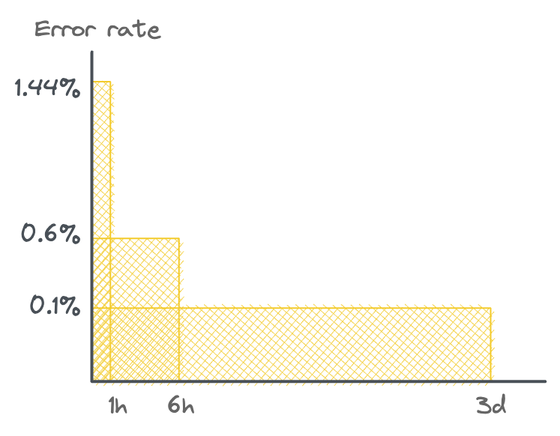
ThomWright/ThomWright.github.io keeps this Excalidraw diagram as public/assets/alerting/multi-alert.png. Above is the earlier version. Source tidied: one line per element, renumbered; positions are measured from the earlier drawing's top-left corner, leaving out a move shared by most shapes. The source it was exported from:
```json
{"id": 0, "type": "rectangle", "strokeColor": "#f3cb2b", "backgroundColor": "#f5d451", "fillStyle": "cross-hatch", "strokeWidth": 1, "roughness": 0, "x": 51, "y": 45, "width": 12, "height": 200}
{"id": 1, "type": "rectangle", "strokeColor": "#f3cb2b", "backgroundColor": "#f5d451", "fillStyle": "cross-hatch", "strokeWidth": 1, "roughness": 0, "x": 51, "y": 149, "width": 58, "height": 95}
{"id": 2, "type": "rectangle", "strokeColor": "#f3cb2b", "backgroundColor": "#f5d451", "fillStyle": "cross-hatch", "strokeWidth": 1, "roughness": 0, "x": 51, "y": 196, "width": 266, "height": 49}
{"id": 3, "type": "line", "strokeColor": "#495057", "backgroundColor": "white", "fillStyle": "solid", "strokeWidth": 2, "roughness": 0, "x": 51, "y": 25, "width": 0, "height": 220, "points": [[0, 0], [0, 220]]}
{"id": 4, "type": "line", "strokeColor": "#495057", "backgroundColor": "white", "fillStyle": "solid", "strokeWidth": 2, "roughness": 0, "x": 51, "y": 245, "width": 302, "height": 0, "points": [[0, 0], [302, 0]]}
{"id": 5, "type": "text", "text": "1h", "strokeColor": "#666", "backgroundColor": "#f0816a", "fillStyle": "cross-hatch", "strokeWidth": 1, "roughness": 0, "fontSize": 16, "fontFamily": 1, "x": 62, "y": 251, "width": 12, "height": 20}
{"id": 6, "type": "text", "text": "6h", "strokeColor": "#666", "backgroundColor": "#f0816a", "fillStyle": "cross-hatch", "strokeWidth": 1, "roughness": 0, "fontSize": 16, "fontFamily": 1, "x": 101, "y": 251, "width": 18, "height": 20}
{"id": 7, "type": "text", "text": "3d", "strokeColor": "#666", "backgroundColor": "#f0816a", "fillStyle": "cross-hatch", "strokeWidth": 1, "roughness": 0, "fontSize": 16, "fontFamily": 1, "x": 308, "y": 251, "width": 20, "height": 20}
{"id": 8, "type": "text", "text": "0.1%", "strokeColor": "#495057", "backgroundColor": "white", "fillStyle": "solid", "strokeWidth": 2, "roughness": 0, "fontSize": 16, "fontFamily": 1, "x": 9, "y": 185, "width": 35, "height": 20}
{"id": 9, "type": "text", "text": "0.6%", "strokeColor": "#495057", "backgroundColor": "white", "fillStyle": "solid", "strokeWidth": 2, "roughness": 0, "fontSize": 16, "fontFamily": 1, "x": 4, "y": 137, "width": 41, "height": 20}
{"id": 10, "type": "text", "text": "1.44%", "strokeColor": "#495057", "backgroundColor": "white", "fillStyle": "solid", "strokeWidth": 2, "roughness": 0, "fontSize": 16, "fontFamily": 1, "x": 0, "y": 40, "width": 44, "height": 20}
{"id": 11, "type": "text", "text": "Error rate", "strokeColor": "#666", "strokeWidth": 1, "strokeStyle": "dotted", "roughness": 0, "fontSize": 16, "fontFamily": 1, "x": 13, "y": 0, "width": 86, "height": 20}
```
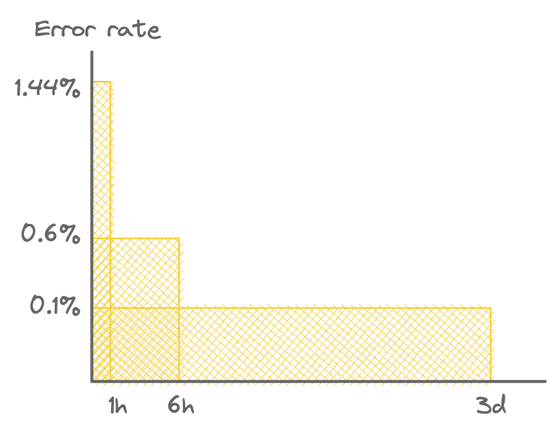
The same file after the commit.

What changed in the source:
```diff
@@ -1,12 +1,12 @@
 {"id": 0, "type": "rectangle", "strokeColor": "#f3cb2b", "backgroundColor": "#f5d451", "fillStyle": "cross-hatch", "strokeWidth": 1, "roughness": 0, "x": 51, "y": 45, "width": 12, "height": 200}
 {"id": 1, "type": "rectangle", "strokeColor": "#f3cb2b", "backgroundColor": "#f5d451", "fillStyle": "cross-hatch", "strokeWidth": 1, "roughness": 0, "x": 51, "y": 149, "width": 58, "height": 95}
 {"id": 2, "type": "rectangle", "strokeColor": "#f3cb2b", "backgroundColor": "#f5d451", "fillStyle": "cross-hatch", "strokeWidth": 1, "roughness": 0, "x": 51, "y": 196, "width": 266, "height": 49}
-{"id": 3, "type": "line", "strokeColor": "#495057", "backgroundColor": "white", "fillStyle": "solid", "strokeWidth": 2, "roughness": 0, "x": 51, "y": 25, "width": 0, "height": 220, "points": [[0, 0], [0, 220]]}
+{"id": 3, "type": "line", "strokeColor": "#666", "backgroundColor": "white", "fillStyle": "solid", "strokeWidth": 2, "roughness": 0, "x": 51, "y": 25, "width": 0, "height": 220, "points": [[0, 0], [0, 220]]}
-{"id": 4, "type": "line", "strokeColor": "#495057", "backgroundColor": "white", "fillStyle": "solid", "strokeWidth": 2, "roughness": 0, "x": 51, "y": 245, "width": 302, "height": 0, "points": [[0, 0], [302, 0]]}
+{"id": 4, "type": "line", "strokeColor": "#666", "backgroundColor": "white", "fillStyle": "solid", "strokeWidth": 2, "roughness": 0, "x": 51, "y": 245, "width": 302, "height": 0, "points": [[0, 0], [302, 0]]}
 {"id": 5, "type": "text", "text": "1h", "strokeColor": "#666", "backgroundColor": "#f0816a", "fillStyle": "cross-hatch", "strokeWidth": 1, "roughness": 0, "fontSize": 16, "fontFamily": 1, "x": 62, "y": 251, "width": 12, "height": 20}
 {"id": 6, "type": "text", "text": "6h", "strokeColor": "#666", "backgroundColor": "#f0816a", "fillStyle": "cross-hatch", "strokeWidth": 1, "roughness": 0, "fontSize": 16, "fontFamily": 1, "x": 101, "y": 251, "width": 18, "height": 20}
 {"id": 7, "type": "text", "text": "3d", "strokeColor": "#666", "backgroundColor": "#f0816a", "fillStyle": "cross-hatch", "strokeWidth": 1, "roughness": 0, "fontSize": 16, "fontFamily": 1, "x": 308, "y": 251, "width": 20, "height": 20}
-{"id": 8, "type": "text", "text": "0.1%", "strokeColor": "#495057", "backgroundColor": "white", "fillStyle": "solid", "strokeWidth": 2, "roughness": 0, "fontSize": 16, "fontFamily": 1, "x": 9, "y": 185, "width": 35, "height": 20}
+{"id": 8, "type": "text", "text": "0.1%", "strokeColor": "#666", "backgroundColor": "white", "fillStyle": "solid", "strokeWidth": 2, "roughness": 0, "fontSize": 16, "fontFamily": 1, "x": 9, "y": 185, "width": 35, "height": 20}
-{"id": 9, "type": "text", "text": "0.6%", "strokeColor": "#495057", "backgroundColor": "white", "fillStyle": "solid", "strokeWidth": 2, "roughness": 0, "fontSize": 16, "fontFamily": 1, "x": 4, "y": 137, "width": 41, "height": 20}
+{"id": 9, "type": "text", "text": "0.6%", "strokeColor": "#666", "backgroundColor": "white", "fillStyle": "solid", "strokeWidth": 2, "roughness": 0, "fontSize": 16, "fontFamily": 1, "x": 4, "y": 137, "width": 41, "height": 20}
-{"id": 10, "type": "text", "text": "1.44%", "strokeColor": "#495057", "backgroundColor": "white", "fillStyle": "solid", "strokeWidth": 2, "roughness": 0, "fontSize": 16, "fontFamily": 1, "x": 0, "y": 40, "width": 44, "height": 20}
+{"id": 10, "type": "text", "text": "1.44%", "strokeColor": "#666", "backgroundColor": "white", "fillStyle": "solid", "strokeWidth": 2, "roughness": 0, "fontSize": 16, "fontFamily": 1, "x": 0, "y": 40, "width": 44, "height": 20}
-{"id": 11, "type": "text", "text": "Error rate", "strokeColor": "#666", "strokeWidth": 1, "strokeStyle": "dotted", "roughness": 0, "fontSize": 16, "fontFamily": 1, "x": 13, "y": 0, "width": 86, "height": 20}
+{"id": 11, "type": "text", "text": "Error rate", "strokeColor": "#666", "strokeWidth": 1, "strokeStyle": "dotted", "roughness": 0, "fontSize": 16, "fontFamily": 1, "x": 13, "y": 0, "width": 84, "height": 20}
```
